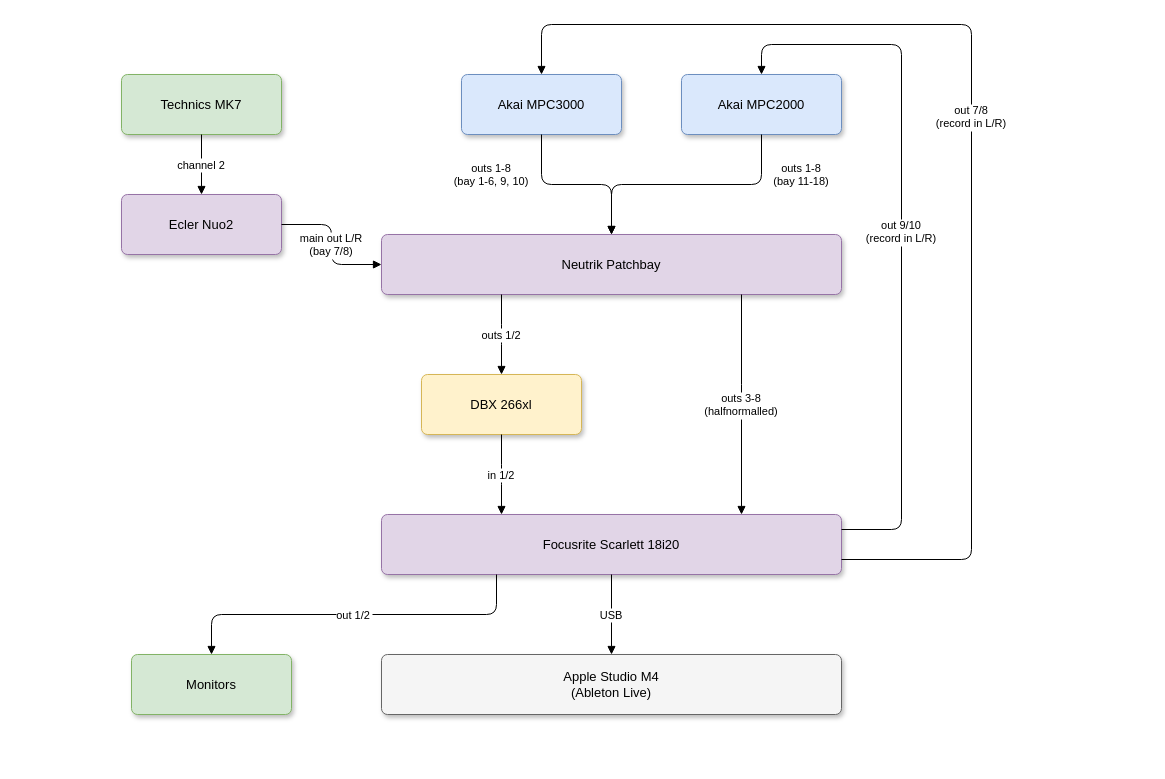
The draw.io diagram studio-signal-chain.drawio in christian-frei/audio-studio, before the edit. Source tidied: cells renumbered, new cells numbered last; positions are measured from the earlier drawing's top-left corner, leaving out a move shared by most shapes. Both pictures are drawn from the tidied source at 100%, with x=0, y=0 at pixel (121, 24).
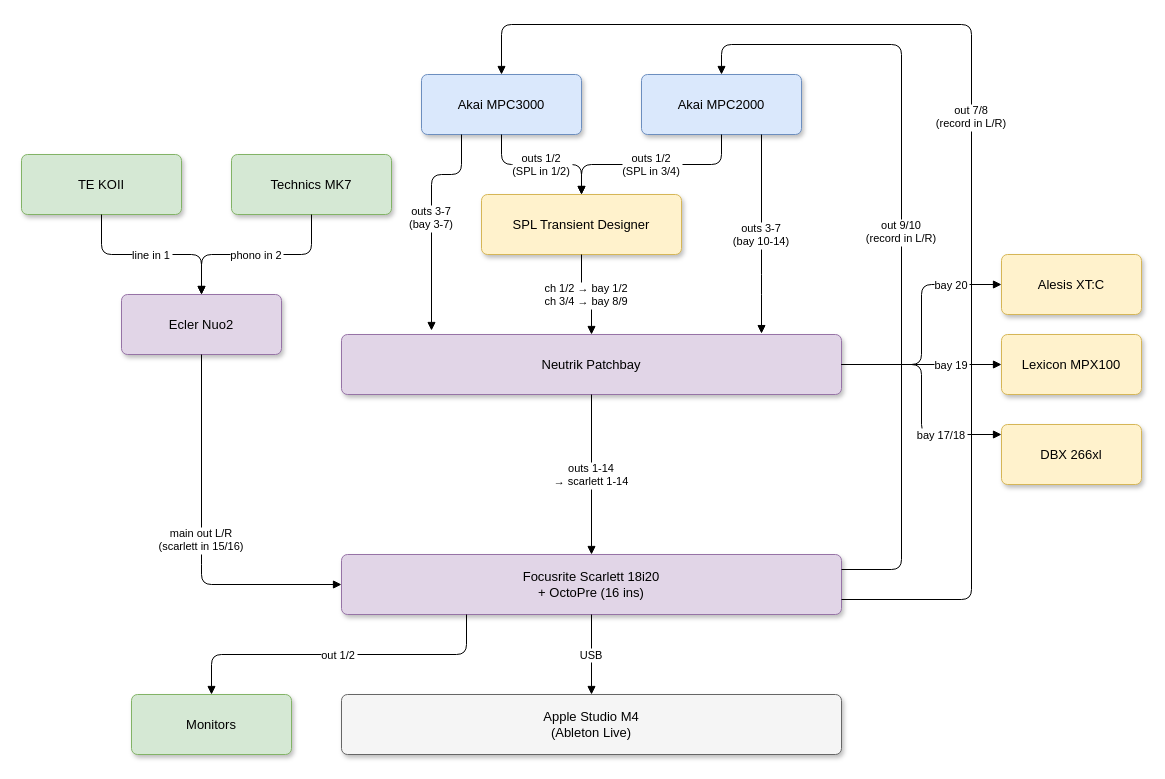
After the change.

Commit message (it also covers changes not shown here):
update: signal chain with Scarlett outputs and revised patchbay routing

Diff of the diagram source:
```diff
@@
     <mxCell id="2" value="Technics MK7" style="rounded=1;whiteSpace=wrap;html=1;shadow=1;arcSize=10;fillColor=#d5e8d4;strokeColor=#82b366;fontColor=#000000;fontSize=13;fontStyle=0;" parent="1" vertex="1">
-      <mxGeometry y="50" width="160" height="60" as="geometry" />
+      <mxGeometry x="110" y="130" width="160" height="60" as="geometry" />
     </mxCell>
+    <mxCell id="22" value="TE KOII" style="rounded=1;whiteSpace=wrap;html=1;shadow=1;arcSize=10;fillColor=#d5e8d4;strokeColor=#82b366;fontColor=#000000;fontSize=13;fontStyle=0;" parent="1" vertex="1">
+      <mxGeometry x="-100" y="130" width="160" height="60" as="geometry" />
+    </mxCell>
     <mxCell id="3" value="Ecler Nuo2" style="rounded=1;whiteSpace=wrap;html=1;shadow=1;arcSize=10;fillColor=#e1d5e7;strokeColor=#9673a6;fontColor=#000000;fontSize=13;fontStyle=0;" parent="1" vertex="1">
-      <mxGeometry y="170" width="160" height="60" as="geometry" />
+      <mxGeometry y="270" width="160" height="60" as="geometry" />
     </mxCell>
     <mxCell id="4" value="Akai MPC3000" style="rounded=1;whiteSpace=wrap;html=1;shadow=1;arcSize=10;fillColor=#dae8fc;strokeColor=#6c8ebf;fontColor=#000000;fontSize=13;fontStyle=0;" parent="1" vertex="1">
-      <mxGeometry x="340" y="50" width="160" height="60" as="geometry" />
+      <mxGeometry x="300" y="50" width="160" height="60" as="geometry" />
     </mxCell>
     <mxCell id="5" value="Akai MPC2000" style="rounded=1;whiteSpace=wrap;html=1;shadow=1;arcSize=10;fillColor=#dae8fc;strokeColor=#6c8ebf;fontColor=#000000;fontSize=13;fontStyle=0;" parent="1" vertex="1">
-      <mxGeometry x="560" y="50" width="160" height="60" as="geometry" />
+      <mxGeometry x="520" y="50" width="160" height="60" as="geometry" />
     </mxCell>
+    <mxCell id="23" value="SPL Transient Designer" style="rounded=1;whiteSpace=wrap;html=1;shadow=1;arcSize=10;fillColor=#fff2cc;strokeColor=#d6b656;fontColor=#000000;fontSize=13;fontStyle=0;" parent="1" vertex="1">
+      <mxGeometry x="360" y="170" width="200" height="60" as="geometry" />
+    </mxCell>
+    <mxCell id="7" value="Neutrik Patchbay" style="rounded=1;whiteSpace=wrap;html=1;shadow=1;arcSize=10;fillColor=#e1d5e7;strokeColor=#9673a6;fontColor=#000000;fontSize=13;fontStyle=0;" parent="1" vertex="1">
+      <mxGeometry x="220" y="310" width="500" height="60" as="geometry" />
+    </mxCell>
     <mxCell id="6" value="DBX 266xl" style="rounded=1;whiteSpace=wrap;html=1;shadow=1;arcSize=10;fillColor=#fff2cc;strokeColor=#d6b656;fontColor=#000000;fontSize=13;fontStyle=0;" parent="1" vertex="1">
-      <mxGeometry x="300" y="350" width="160" height="60" as="geometry" />
+      <mxGeometry x="880" y="400" width="140" height="60" as="geometry" />
     </mxCell>
-    <mxCell id="7" value="Neutrik Patchbay" style="rounded=1;whiteSpace=wrap;html=1;shadow=1;arcSize=10;fillColor=#e1d5e7;strokeColor=#9673a6;fontColor=#000000;fontSize=13;fontStyle=0;" parent="1" vertex="1">
-      <mxGeometry x="260" y="210" width="460" height="60" as="geometry" />
-    </mxCell>
+    <mxCell id="24" value="Lexicon MPX100" style="rounded=1;whiteSpace=wrap;html=1;shadow=1;arcSize=10;fillColor=#fff2cc;strokeColor=#d6b656;fontColor=#000000;fontSize=13;fontStyle=0;" parent="1" vertex="1">
+      <mxGeometry x="880" y="310" width="140" height="60" as="geometry" />
+    </mxCell>
+    <mxCell id="25" value="Alesis XT:C" style="rounded=1;whiteSpace=wrap;html=1;shadow=1;arcSize=10;fillColor=#fff2cc;strokeColor=#d6b656;fontColor=#000000;fontSize=13;fontStyle=0;" parent="1" vertex="1">
+      <mxGeometry x="880" y="230" width="140" height="60" as="geometry" />
+    </mxCell>
-    <mxCell id="8" value="Focusrite Scarlett 18i20" style="rounded=1;whiteSpace=wrap;html=1;shadow=1;arcSize=10;fillColor=#e1d5e7;strokeColor=#9673a6;fontColor=#000000;fontSize=13;fontStyle=0;" parent="1" vertex="1">
-      <mxGeometry x="260" y="490" width="460" height="60" as="geometry" />
+    <mxCell id="8" value="Focusrite Scarlett 18i20&#10;+ OctoPre (16 ins)" style="rounded=1;whiteSpace=wrap;html=1;shadow=1;arcSize=10;fillColor=#e1d5e7;strokeColor=#9673a6;fontColor=#000000;fontSize=13;fontStyle=0;" parent="1" vertex="1">
+      <mxGeometry x="220" y="530" width="500" height="60" as="geometry" />
     </mxCell>
     <mxCell id="9" value="Apple Studio M4&#10;(Ableton Live)" style="rounded=1;whiteSpace=wrap;html=1;shadow=1;arcSize=10;fillColor=#f5f5f5;strokeColor=#666666;fontColor=#000000;fontSize=13;fontStyle=0;" parent="1" vertex="1">
-      <mxGeometry x="260" y="630" width="460" height="60" as="geometry" />
+      <mxGeometry x="220" y="670" width="500" height="60" as="geometry" />
     </mxCell>
     <mxCell id="10" value="Monitors" style="rounded=1;whiteSpace=wrap;html=1;shadow=1;arcSize=10;fillColor=#d5e8d4;strokeColor=#82b366;fontColor=#000000;fontSize=13;fontStyle=0;" parent="1" vertex="1">
-      <mxGeometry x="10" y="630" width="160" height="60" as="geometry" />
+      <mxGeometry x="10" y="670" width="160" height="60" as="geometry" />
     </mxCell>
-    <mxCell id="11" value="channel 2" style="edgeStyle=orthogonalEdgeStyle;rounded=1;strokeColor=#000000;fontColor=#000000;fontSize=11;fontStyle=0;endArrow=block;endFill=1;shadow=0;" parent="1" edge="1" source="2" target="3">
+    <mxCell id="11" value="phono in 2" style="edgeStyle=orthogonalEdgeStyle;rounded=1;strokeColor=#000000;fontColor=#000000;fontSize=11;fontStyle=0;endArrow=block;endFill=1;shadow=0;" parent="1" edge="1" source="2" target="3">
       <mxGeometry relative="1" as="geometry" />
     </mxCell>
+    <mxCell id="26" value="line in 1" style="edgeStyle=orthogonalEdgeStyle;rounded=1;strokeColor=#000000;fontColor=#000000;fontSize=11;fontStyle=0;endArrow=block;endFill=1;shadow=0;" parent="1" edge="1" source="22" target="3">
+      <mxGeometry relative="1" as="geometry" />
+    </mxCell>
-    <mxCell id="12" value="main out L/R&#10;(bay 7/8)" style="edgeStyle=orthogonalEdgeStyle;rounded=1;strokeColor=#000000;fontColor=#000000;fontSize=11;fontStyle=0;endArrow=block;endFill=1;shadow=0;" parent="1" edge="1" source="3" target="7">
-      <mxGeometry relative="1" as="geometry" />
+    <mxCell id="12" value="main out L/R&#10;(scarlett in 15/16)" style="edgeStyle=orthogonalEdgeStyle;rounded=1;strokeColor=#000000;fontColor=#000000;fontSize=11;fontStyle=0;endArrow=block;endFill=1;shadow=0;" parent="1" edge="1" source="3" target="8">
+      <mxGeometry relative="1" as="geometry">
+        <Array as="points">
+          <mxPoint x="80" y="530" />
+          <mxPoint x="80" y="560" />
+        </Array>
+      </mxGeometry>
     </mxCell>
-    <mxCell id="13" value="outs 1-8&#10;(bay 1-6, 9, 10)" style="edgeStyle=orthogonalEdgeStyle;rounded=1;strokeColor=#000000;fontColor=#000000;fontSize=11;fontStyle=0;endArrow=block;endFill=1;shadow=0;" parent="1" edge="1" source="4" target="7">
-      <mxGeometry x="-0.53" y="-50" relative="1" as="geometry" />
-    </mxCell>
+    <mxCell id="27" value="outs 1/2&#10;(SPL in 1/2)" style="edgeStyle=orthogonalEdgeStyle;rounded=1;strokeColor=#000000;fontColor=#000000;fontSize=11;fontStyle=0;endArrow=block;endFill=1;shadow=0;" parent="1" edge="1" source="4" target="23">
+      <mxGeometry relative="1" as="geometry" />
+    </mxCell>
+    <mxCell id="28" value="outs 3-7&#10;(bay 3-7)" style="edgeStyle=orthogonalEdgeStyle;rounded=1;strokeColor=#000000;fontColor=#000000;fontSize=11;fontStyle=0;endArrow=block;endFill=1;shadow=0;exitX=0.25;exitY=1;exitDx=0;exitDy=0;" parent="1" edge="1" source="4">
+      <mxGeometry relative="1" as="geometry">
+        <mxPoint x="310" y="306" as="targetPoint" />
+        <Array as="points">
+          <mxPoint x="340" y="150" />
+          <mxPoint x="310" y="150" />
+        </Array>
+      </mxGeometry>
+    </mxCell>
+    <mxCell id="29" value="outs 1/2&#10;(SPL in 3/4)" style="edgeStyle=orthogonalEdgeStyle;rounded=1;strokeColor=#000000;fontColor=#000000;fontSize=11;fontStyle=0;endArrow=block;endFill=1;shadow=0;" parent="1" edge="1" source="5" target="23">
+      <mxGeometry relative="1" as="geometry" />
+    </mxCell>
-    <mxCell id="14" value="outs 1-8&#10;(bay 11-18)" style="edgeStyle=orthogonalEdgeStyle;rounded=1;strokeColor=#000000;fontColor=#000000;fontSize=11;fontStyle=0;endArrow=block;endFill=1;shadow=0;" parent="1" edge="1" source="5" target="7">
-      <mxGeometry x="-0.68" y="40" relative="1" as="geometry" />
+    <mxCell id="14" value="outs 3-7&#10;(bay 10-14)" style="edgeStyle=orthogonalEdgeStyle;rounded=1;strokeColor=#000000;fontColor=#000000;fontSize=11;fontStyle=0;endArrow=block;endFill=1;shadow=0;exitX=0.75;exitY=1;exitDx=0;exitDy=0;entryX=0.84;entryY=-0.015;entryDx=0;entryDy=0;entryPerimeter=0;" parent="1" edge="1" source="5" target="7">
+      <mxGeometry relative="1" as="geometry">
+        <Array as="points">
+          <mxPoint x="640" y="260" />
+          <mxPoint x="640" y="260" />
+        </Array>
+      </mxGeometry>
     </mxCell>
-    <mxCell id="15" value="outs 1/2" style="edgeStyle=orthogonalEdgeStyle;rounded=1;strokeColor=#000000;fontColor=#000000;fontSize=11;fontStyle=0;endArrow=block;endFill=1;shadow=0;" parent="1" edge="1" source="7" target="6">
-      <mxGeometry relative="1" as="geometry">
-        <Array as="points">
-          <mxPoint x="380" y="310" />
-          <mxPoint x="380" y="310" />
-        </Array>
-      </mxGeometry>
+    <mxCell id="15" value="ch 1/2 → bay 1/2&#10;ch 3/4 → bay 8/9" style="edgeStyle=orthogonalEdgeStyle;rounded=1;strokeColor=#000000;fontColor=#000000;fontSize=11;fontStyle=0;endArrow=block;endFill=1;shadow=0;" parent="1" edge="1" source="23" target="7">
+      <mxGeometry relative="1" as="geometry" />
     </mxCell>
-    <mxCell id="16" value="in 1/2" style="edgeStyle=orthogonalEdgeStyle;rounded=1;strokeColor=#000000;fontColor=#000000;fontSize=11;fontStyle=0;endArrow=block;endFill=1;shadow=0;" parent="1" edge="1" source="6" target="8">
-      <mxGeometry relative="1" as="geometry">
-        <Array as="points">
-          <mxPoint x="380" y="450" />
-          <mxPoint x="380" y="450" />
-        </Array>
-      </mxGeometry>
-    </mxCell>
+    <mxCell id="30" value="bay 17/18" style="edgeStyle=orthogonalEdgeStyle;rounded=1;strokeColor=#000000;fontColor=#000000;fontSize=11;fontStyle=0;endArrow=block;endFill=1;shadow=0;exitX=1;exitY=0.5;exitDx=0;exitDy=0;" parent="1" edge="1" source="7" target="6">
+      <mxGeometry x="0.48" relative="1" as="geometry">
+        <Array as="points">
+          <mxPoint x="800" y="340" />
+          <mxPoint x="800" y="410" />
+        </Array>
+      </mxGeometry>
+    </mxCell>
+    <mxCell id="31" value="bay 19" style="edgeStyle=orthogonalEdgeStyle;rounded=1;strokeColor=#000000;fontColor=#000000;fontSize=11;fontStyle=0;endArrow=block;endFill=1;shadow=0;" parent="1" edge="1" source="7" target="24">
+      <mxGeometry x="0.38" relative="1" as="geometry" />
+    </mxCell>
+    <mxCell id="32" value="bay 20" style="edgeStyle=orthogonalEdgeStyle;rounded=1;strokeColor=#000000;fontColor=#000000;fontSize=11;fontStyle=0;endArrow=block;endFill=1;shadow=0;entryX=0;entryY=0.5;entryDx=0;entryDy=0;" parent="1" edge="1" source="7" target="25">
+      <mxGeometry x="0.58" relative="1" as="geometry" />
+    </mxCell>
-    <mxCell id="17" value="outs 3-8&#10;(halfnormalled)" style="edgeStyle=orthogonalEdgeStyle;rounded=1;strokeColor=#000000;fontColor=#000000;fontSize=11;fontStyle=0;endArrow=block;endFill=1;shadow=0;" parent="1" edge="1" source="7" target="8">
-      <mxGeometry relative="1" as="geometry">
-        <Array as="points">
-          <mxPoint x="620" y="370" />
-          <mxPoint x="620" y="370" />
-        </Array>
-      </mxGeometry>
+    <mxCell id="17" value="outs 1-14&#10;→ scarlett 1-14" style="edgeStyle=orthogonalEdgeStyle;rounded=1;strokeColor=#000000;fontColor=#000000;fontSize=11;fontStyle=0;endArrow=block;endFill=1;shadow=0;" parent="1" edge="1" source="7" target="8">
+      <mxGeometry relative="1" as="geometry" />
     </mxCell>
@@
     <mxCell id="20" value="out 7/8&#10;(record in L/R)" style="edgeStyle=orthogonalEdgeStyle;rounded=1;strokeColor=#000000;fontColor=#000000;fontSize=11;fontStyle=0;endArrow=block;endFill=1;shadow=0;exitX=1;exitY=0.75;exitDx=0;exitDy=0;" parent="1" edge="1" source="8" target="4">
       <mxGeometry relative="1" as="geometry">
         <Array as="points">
-          <mxPoint x="850" y="535" />
+          <mxPoint x="850" y="575" />
           <mxPoint x="850" />
-          <mxPoint x="420" />
+          <mxPoint x="380" />
         </Array>
       </mxGeometry>
     </mxCell>
     <mxCell id="21" value="out 9/10&#10;(record in L/R)" style="edgeStyle=orthogonalEdgeStyle;rounded=1;strokeColor=#000000;fontColor=#000000;fontSize=11;fontStyle=0;endArrow=block;endFill=1;shadow=0;exitX=1;exitY=0.25;exitDx=0;exitDy=0;" parent="1" edge="1" source="8" target="5">
       <mxGeometry relative="1" as="geometry">
         <Array as="points">
-          <mxPoint x="780" y="505" />
+          <mxPoint x="780" y="545" />
           <mxPoint x="780" y="20" />
-          <mxPoint x="640" y="20" />
+          <mxPoint x="600" y="20" />
         </Array>
       </mxGeometry>
     </mxCell>
```
